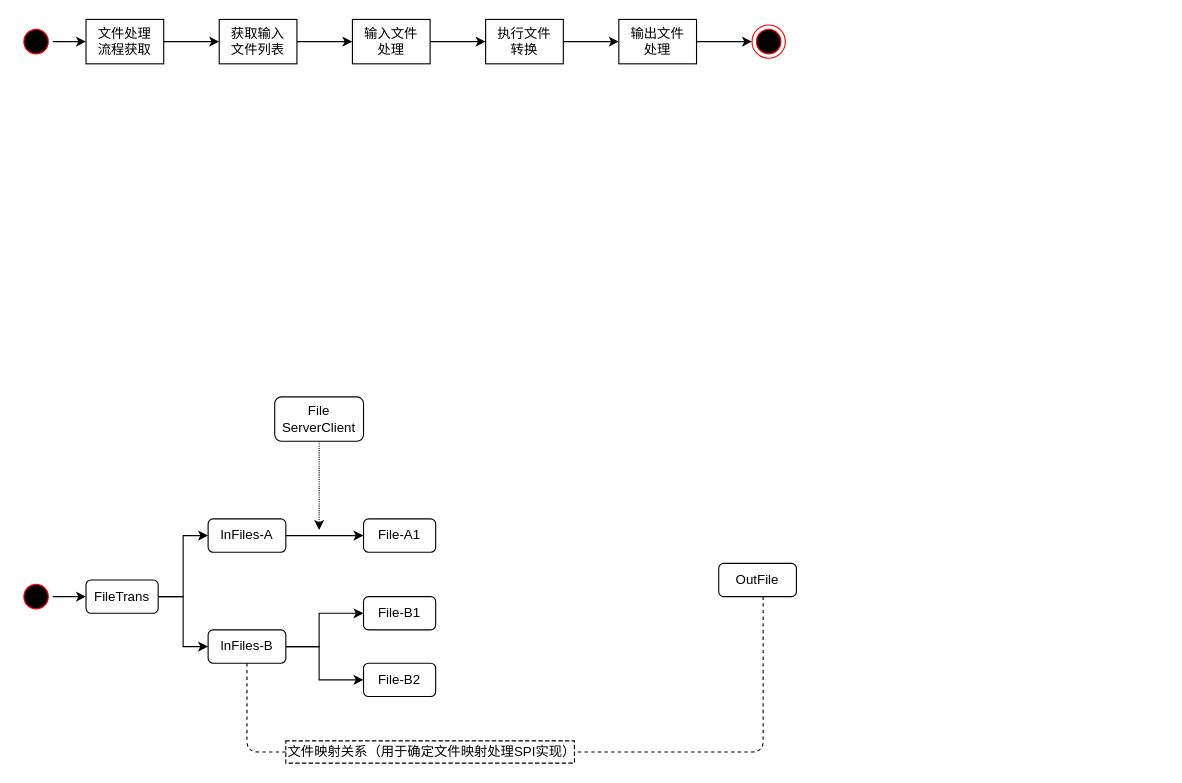
The draw.io diagram page "Page-4" (4 of 7) of diagrams.net/DDDtest.drawio in ZhengweiHou/simplegit, before the edit. Source tidied: cells renumbered, new cells numbered last; positions are measured from the earlier drawing's top-left corner, leaving out a move shared by most shapes. Both pictures are drawn from the tidied source at 111%, with x=0, y=0 at pixel (19, 19).
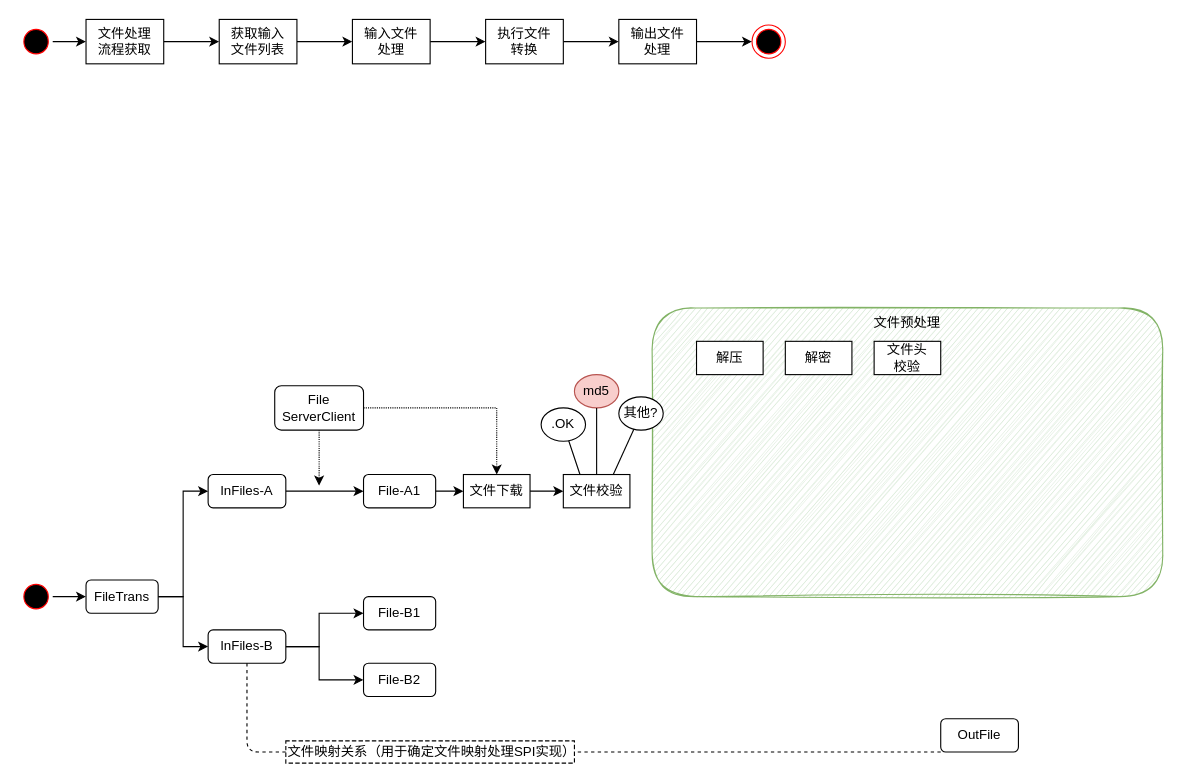
The same page after the edit.

The change refers to these unchanged cells:
```xml
<mxCell id="29" value="文件映射关系（用于确定文件映射处理SPI实现）" style="shape=partialRectangle;html=1;top=1;align=left;dashed=1;" parent="1" vertex="1">
  <mxGeometry x="240" y="650" width="260" height="20" as="geometry" />
</mxCell>
```

The edit, as a diff of the source:
```diff
@@
+    <mxCell id="34" parent="0" />
+    <mxCell id="35" value="&lt;div&gt;文件预处理&lt;br&gt;&lt;/div&gt;" style="rounded=1;whiteSpace=wrap;html=1;fillColor=#d5e8d4;strokeColor=#82b366;align=center;verticalAlign=top;glass=0;shadow=0;sketch=1;" parent="34" vertex="1">
+      <mxGeometry x="570" y="260" width="460" height="260" as="geometry" />
+    </mxCell>
+    <mxCell id="36" value="解密" style="rounded=0;whiteSpace=wrap;html=1;" parent="34" vertex="1">
+      <mxGeometry x="690" y="290" width="60" height="30" as="geometry" />
+    </mxCell>
+    <mxCell id="37" value="&lt;div&gt;文件头&lt;/div&gt;&lt;div&gt;校验&lt;/div&gt;" style="rounded=0;whiteSpace=wrap;html=1;" parent="34" vertex="1">
+      <mxGeometry x="770" y="290" width="60" height="30" as="geometry" />
+    </mxCell>
@@
     <mxCell id="22" value="InFiles-A" style="rounded=1;whiteSpace=wrap;html=1;" parent="1" vertex="1">
-      <mxGeometry x="170" y="450" width="70" height="30" as="geometry" />
+      <mxGeometry x="170" y="410" width="70" height="30" as="geometry" />
     </mxCell>
@@
+    <mxCell id="38" style="edgeStyle=orthogonalEdgeStyle;rounded=0;jettySize=auto;html=1;" parent="1" edge="1" source="25" target="41">
+      <mxGeometry relative="1" as="geometry" />
+    </mxCell>
     <mxCell id="25" value="&lt;div&gt;File-A1&lt;/div&gt;" style="rounded=1;whiteSpace=wrap;html=1;" parent="1" vertex="1">
-      <mxGeometry x="310" y="450" width="65" height="30" as="geometry" />
+      <mxGeometry x="310" y="410" width="65" height="30" as="geometry" />
     </mxCell>
@@
     <mxCell id="28" value="OutFile" style="rounded=1;whiteSpace=wrap;html=1;" parent="1" vertex="1">
-      <mxGeometry x="630" y="490" width="70" height="30" as="geometry" />
+      <mxGeometry x="830" y="630" width="70" height="30" as="geometry" />
     </mxCell>
@@
     <mxCell id="31" style="endArrow=none;dashed=1;html=1;entryX=1;entryY=0.5;entryDx=0;entryDy=0;edgeStyle=orthogonalEdgeStyle;" parent="1" edge="1" source="28" target="29">
       <mxGeometry relative="1" as="geometry">
         <Array as="points">
-          <mxPoint x="670" y="660" />
+          <mxPoint x="805" y="660" />
         </Array>
       </mxGeometry>
     </mxCell>
     <mxCell id="32" style="edgeStyle=orthogonalEdgeStyle;rounded=0;jettySize=auto;html=1;dashed=1;dashPattern=1 1;" parent="1" edge="1" source="33">
       <mxGeometry relative="1" as="geometry">
-        <mxPoint x="270" y="460" as="targetPoint" />
+        <mxPoint x="270" y="420" as="targetPoint" />
       </mxGeometry>
     </mxCell>
+    <mxCell id="39" style="edgeStyle=orthogonalEdgeStyle;rounded=0;jettySize=auto;html=1;dashed=1;dashPattern=1 1;" parent="1" edge="1" source="33" target="41">
+      <mxGeometry relative="1" as="geometry" />
+    </mxCell>
     <mxCell id="33" value="&lt;div&gt;File&lt;/div&gt;&lt;div&gt;ServerClient&lt;/div&gt;" style="rounded=1;whiteSpace=wrap;html=1;" parent="1" vertex="1">
-      <mxGeometry x="230" y="340" width="80" height="40" as="geometry" />
+      <mxGeometry x="230" y="330" width="80" height="40" as="geometry" />
     </mxCell>
-    <mxCell id="34" parent="0" />
+    <mxCell id="40" style="edgeStyle=orthogonalEdgeStyle;rounded=0;jettySize=auto;html=1;" parent="1" edge="1" source="41" target="42">
+      <mxGeometry relative="1" as="geometry" />
+    </mxCell>
+    <mxCell id="41" value="文件下载" style="rounded=0;whiteSpace=wrap;html=1;" parent="1" vertex="1">
+      <mxGeometry x="400" y="410" width="60" height="30" as="geometry" />
+    </mxCell>
+    <mxCell id="42" value="文件校验" style="rounded=0;whiteSpace=wrap;html=1;" parent="1" vertex="1">
+      <mxGeometry x="490" y="410" width="60" height="30" as="geometry" />
+    </mxCell>
+    <mxCell id="43" value=".OK" style="ellipse;whiteSpace=wrap;html=1;" parent="1" vertex="1">
+      <mxGeometry x="470" y="350" width="40" height="30" as="geometry" />
+    </mxCell>
+    <mxCell id="44" style="endArrow=none;html=1;exitX=0.25;exitY=0;exitDx=0;exitDy=0;" parent="1" edge="1" source="42" target="43">
+      <mxGeometry relative="1" as="geometry" />
+    </mxCell>
+    <mxCell id="45" value="md5" style="ellipse;whiteSpace=wrap;html=1;fillColor=#f8cecc;strokeColor=#b85450;" parent="1" vertex="1">
+      <mxGeometry x="500" y="320" width="40" height="30" as="geometry" />
+    </mxCell>
+    <mxCell id="46" style="endArrow=none;html=1;exitX=0.5;exitY=0;exitDx=0;exitDy=0;" parent="1" edge="1" source="42" target="45">
+      <mxGeometry relative="1" as="geometry" />
+    </mxCell>
+    <mxCell id="47" value="其他?" style="ellipse;whiteSpace=wrap;html=1;" parent="1" vertex="1">
+      <mxGeometry x="540" y="340" width="40" height="30" as="geometry" />
+    </mxCell>
+    <mxCell id="48" style="endArrow=none;html=1;exitX=0.75;exitY=0;exitDx=0;exitDy=0;" parent="1" edge="1" source="42" target="47">
+      <mxGeometry relative="1" as="geometry" />
+    </mxCell>
+    <mxCell id="49" value="解压" style="rounded=0;whiteSpace=wrap;html=1;" parent="1" vertex="1">
+      <mxGeometry x="610" y="290" width="60" height="30" as="geometry" />
+    </mxCell>
```
